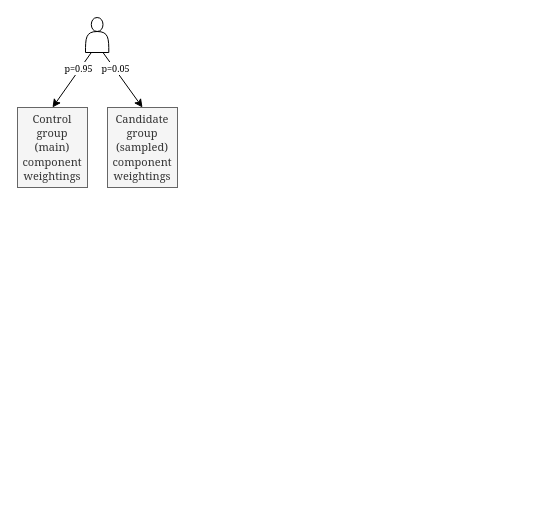
Before: page "presentation" (5 of 5) of introduction.drawio in kcz17/diagrams, a draw.io diagram. Source tidied: cells renumbered, new cells numbered last; positions are measured from the earlier drawing's top-left corner, leaving out a move shared by most shapes. Both pictures are drawn from the tidied source at 100%, with x=0, y=0 at pixel (17, 17).
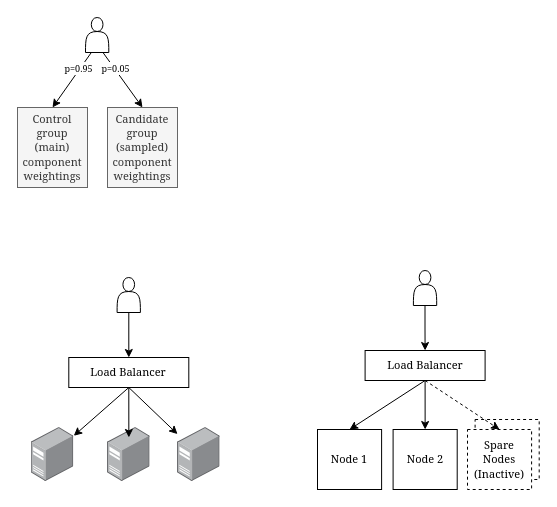
The same diagram, later.

The edit, as a diff of the source:
```diff
@@
+    <mxCell id="9" style="edgeStyle=orthogonalEdgeStyle;rounded=0;jettySize=auto;html=1;entryX=0.5;entryY=0;entryDx=0;entryDy=0;" parent="1" edge="1" source="10" target="17">
+      <mxGeometry relative="1" as="geometry" />
+    </mxCell>
+    <mxCell id="10" style="shape=actor;whiteSpace=wrap;html=1;" parent="1" vertex="1">
+      <mxGeometry x="99.6" y="260" width="23.3" height="35" as="geometry" />
+    </mxCell>
+    <mxCell id="11" style="points=[];html=1;align=center;shadow=0;dashed=0;image;image=img/lib/allied_telesis/computer_and_terminals/Server_Desktop.svg;" parent="1" vertex="1">
+      <mxGeometry x="13.7" y="410" width="42.6" height="54" as="geometry" />
+    </mxCell>
+    <mxCell id="12" style="points=[];html=1;align=center;shadow=0;dashed=0;image;image=img/lib/allied_telesis/computer_and_terminals/Server_Desktop.svg;" parent="1" vertex="1">
+      <mxGeometry x="90" y="410" width="42.6" height="54" as="geometry" />
+    </mxCell>
+    <mxCell id="13" style="points=[];html=1;align=center;shadow=0;dashed=0;image;image=img/lib/allied_telesis/computer_and_terminals/Server_Desktop.svg;" parent="1" vertex="1">
+      <mxGeometry x="160" y="410" width="42.6" height="54" as="geometry" />
+    </mxCell>
+    <mxCell id="14" style="rounded=0;jettySize=auto;html=1;exitX=0.5;exitY=1;exitDx=0;exitDy=0;" parent="1" edge="1" source="17" target="11">
+      <mxGeometry relative="1" as="geometry" />
+    </mxCell>
+    <mxCell id="15" style="edgeStyle=none;rounded=0;jettySize=auto;html=1;exitX=0.5;exitY=1;exitDx=0;exitDy=0;entryX=0.501;entryY=0.185;entryDx=0;entryDy=0;entryPerimeter=0;" parent="1" edge="1" source="17" target="12">
+      <mxGeometry relative="1" as="geometry" />
+    </mxCell>
+    <mxCell id="16" style="edgeStyle=none;rounded=0;jettySize=auto;html=1;exitX=0.5;exitY=1;exitDx=0;exitDy=0;" parent="1" edge="1" source="17" target="13">
+      <mxGeometry relative="1" as="geometry" />
+    </mxCell>
+    <mxCell id="17" value="&lt;font style=&quot;font-size: 11px&quot; face=&quot;Georgia&quot;&gt;Load Balancer&lt;/font&gt;" style="rounded=0;whiteSpace=wrap;html=1;" parent="1" vertex="1">
+      <mxGeometry x="51.3" y="340" width="120" height="30" as="geometry" />
+    </mxCell>
+    <mxCell id="18" style="edgeStyle=orthogonalEdgeStyle;rounded=0;jettySize=auto;html=1;entryX=0.5;entryY=0;entryDx=0;entryDy=0;" parent="1" edge="1" source="19" target="22">
+      <mxGeometry relative="1" as="geometry" />
+    </mxCell>
+    <mxCell id="19" style="shape=actor;whiteSpace=wrap;html=1;" parent="1" vertex="1">
+      <mxGeometry x="395.9" y="253" width="23.3" height="35" as="geometry" />
+    </mxCell>
+    <mxCell id="20" style="rounded=0;jettySize=auto;html=1;exitX=0.5;exitY=1;exitDx=0;exitDy=0;entryX=0.5;entryY=0;entryDx=0;entryDy=0;" parent="1" edge="1" source="22" target="23">
+      <mxGeometry relative="1" as="geometry" />
+    </mxCell>
+    <mxCell id="21" style="edgeStyle=none;rounded=0;jettySize=auto;html=1;exitX=0.5;exitY=1;exitDx=0;exitDy=0;entryX=0.5;entryY=0;entryDx=0;entryDy=0;" parent="1" edge="1" source="22" target="24">
+      <mxGeometry relative="1" as="geometry" />
+    </mxCell>
+    <mxCell id="22" value="&lt;font style=&quot;font-size: 11px&quot; face=&quot;Georgia&quot;&gt;Load Balancer&lt;/font&gt;" style="rounded=0;whiteSpace=wrap;html=1;" parent="1" vertex="1">
+      <mxGeometry x="347.6" y="333" width="120" height="30" as="geometry" />
+    </mxCell>
+    <mxCell id="23" value="&lt;font face=&quot;Georgia&quot; style=&quot;font-size: 11px&quot;&gt;Node 1&lt;/font&gt;" style="rounded=0;whiteSpace=wrap;html=1;" parent="1" vertex="1">
+      <mxGeometry x="300" y="412" width="64.1" height="60" as="geometry" />
+    </mxCell>
+    <mxCell id="24" value="&lt;font face=&quot;Georgia&quot; style=&quot;font-size: 11px&quot;&gt;Node 2&lt;/font&gt;" style="rounded=0;whiteSpace=wrap;html=1;" parent="1" vertex="1">
+      <mxGeometry x="375.6" y="412" width="64.1" height="60" as="geometry" />
+    </mxCell>
+    <mxCell id="25" style="rounded=0;whiteSpace=wrap;html=1;dashed=1;" parent="1" vertex="1">
+      <mxGeometry x="457.6" y="402" width="64.1" height="60" as="geometry" />
+    </mxCell>
+    <mxCell id="26" value="&lt;font face=&quot;Georgia&quot; style=&quot;font-size: 11px&quot;&gt;Spare Nodes (Inactive)&lt;/font&gt;" style="rounded=0;whiteSpace=wrap;html=1;dashed=1;" parent="1" vertex="1">
+      <mxGeometry x="450" y="412" width="64.1" height="60" as="geometry" />
+    </mxCell>
+    <mxCell id="27" style="edgeStyle=none;rounded=0;jettySize=auto;html=1;exitX=0.5;exitY=1;exitDx=0;exitDy=0;entryX=0.5;entryY=0;entryDx=0;entryDy=0;dashed=1;" parent="1" edge="1" source="22" target="26">
+      <mxGeometry relative="1" as="geometry" />
+    </mxCell>
```
